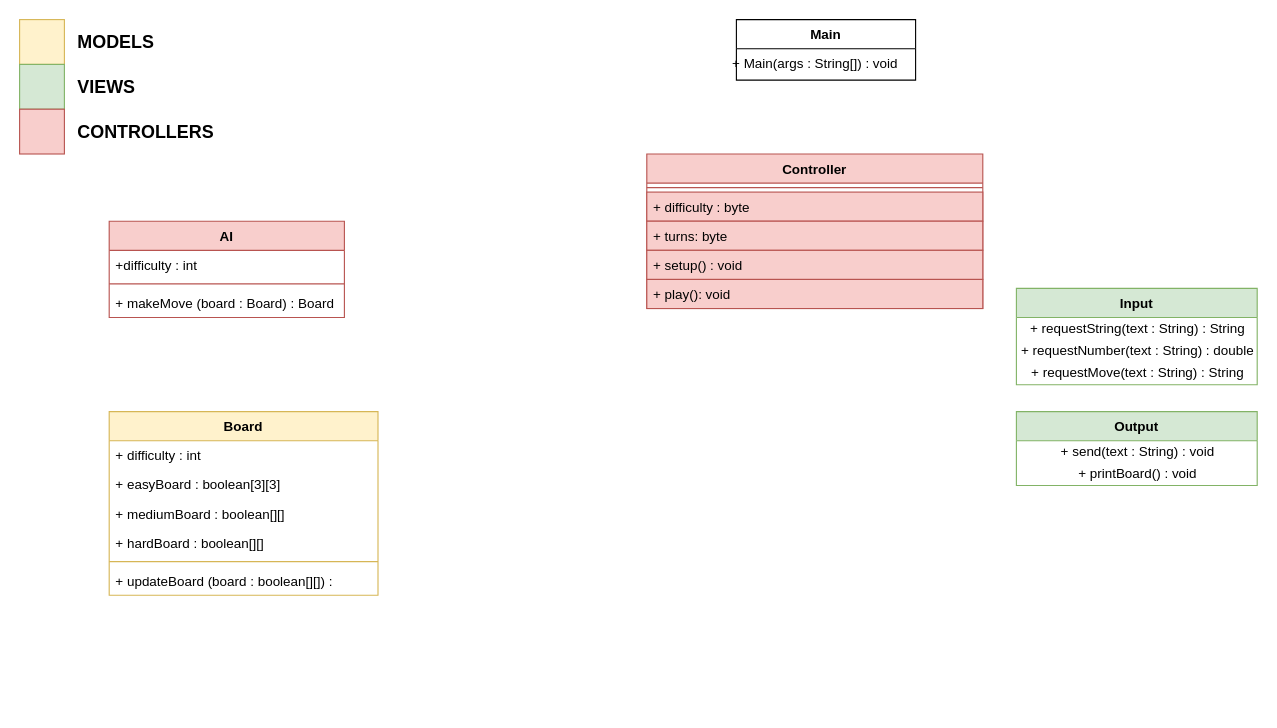
Before: UML-PSE.drawio in EShrestha/PSE-GameOfNim, a draw.io diagram. Source tidied: cells renumbered, new cells numbered last; positions are measured from the earlier drawing's top-left corner, leaving out a move shared by most shapes. Both pictures are drawn from the tidied source at 112%, with x=0, y=0 at pixel (19, 19).
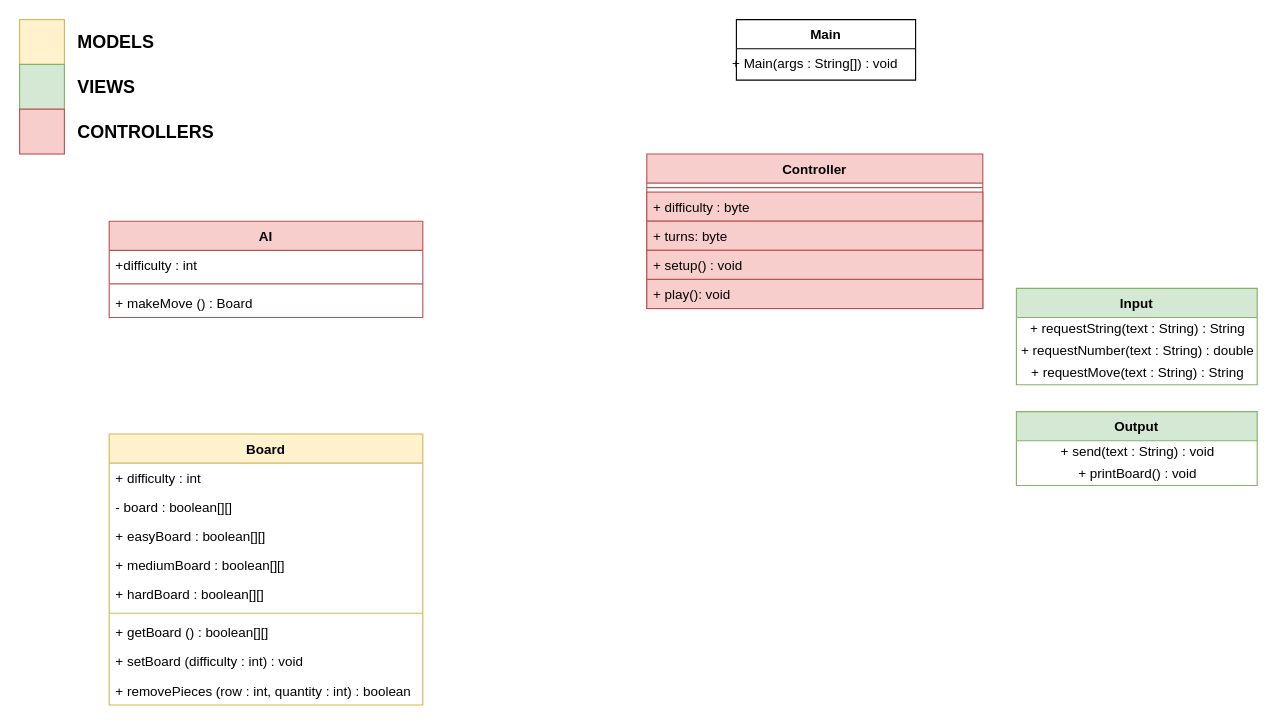
The same page after the edit.

Diff of the diagram source:
```diff
@@
     <mxCell id="23" value="AI" style="swimlane;fontStyle=1;align=center;verticalAlign=top;horizontal=1;startSize=26;fillColor=#f8cecc;strokeColor=#b85450;" parent="1" vertex="1">
-      <mxGeometry x="80" y="180" width="210" height="86" as="geometry" />
+      <mxGeometry x="80" y="180" width="280" height="86" as="geometry" />
     </mxCell>
     <mxCell id="24" value="+difficulty : int" style="text;strokeColor=none;fillColor=none;align=left;verticalAlign=top;spacingLeft=4;spacingRight=4;overflow=hidden;" parent="23" vertex="1">
-      <mxGeometry y="26" width="210" height="26" as="geometry" />
+      <mxGeometry y="26" width="280" height="26" as="geometry" />
     </mxCell>
     <mxCell id="25" style="line;strokeWidth=1;fillColor=#f8cecc;align=left;verticalAlign=middle;spacingTop=-1;spacingLeft=3;spacingRight=3;labelPosition=right;strokeColor=#b85450;" parent="23" vertex="1">
-      <mxGeometry y="52" width="210" height="8" as="geometry" />
+      <mxGeometry y="52" width="280" height="8" as="geometry" />
     </mxCell>
-    <mxCell id="26" value="+ makeMove (board : Board) : Board" style="text;strokeColor=none;fillColor=none;align=left;verticalAlign=top;spacingLeft=4;spacingRight=4;overflow=hidden;" parent="23" vertex="1">
-      <mxGeometry y="60" width="210" height="26" as="geometry" />
+    <mxCell id="26" value="+ makeMove () : Board" style="text;strokeColor=none;fillColor=none;align=left;verticalAlign=top;spacingLeft=4;spacingRight=4;overflow=hidden;" parent="23" vertex="1">
+      <mxGeometry y="60" width="280" height="26" as="geometry" />
     </mxCell>
     <mxCell id="27" value="Board" style="swimlane;fontStyle=1;align=center;verticalAlign=top;horizontal=1;startSize=26;fillColor=#fff2cc;strokeColor=#d6b656;" parent="1" vertex="1">
-      <mxGeometry x="80" y="350" width="240" height="164" as="geometry" />
+      <mxGeometry x="80" y="370" width="280" height="242" as="geometry" />
     </mxCell>
     <mxCell id="28" value="+ difficulty : int" style="text;strokeColor=none;fillColor=none;align=left;verticalAlign=top;spacingLeft=4;spacingRight=4;overflow=hidden;" parent="27" vertex="1">
-      <mxGeometry y="26" width="240" height="26" as="geometry" />
+      <mxGeometry y="26" width="280" height="26" as="geometry" />
     </mxCell>
+    <mxCell id="34" value="- board : boolean[][]" style="text;strokeColor=none;fillColor=none;align=left;verticalAlign=top;spacingLeft=4;spacingRight=4;overflow=hidden;" parent="27" vertex="1">
+      <mxGeometry y="52" width="280" height="26" as="geometry" />
+    </mxCell>
-    <mxCell id="29" value="+ easyBoard : boolean[3][3]" style="text;strokeColor=none;fillColor=none;align=left;verticalAlign=top;spacingLeft=4;spacingRight=4;overflow=hidden;" parent="27" vertex="1">
-      <mxGeometry y="52" width="240" height="26" as="geometry" />
+    <mxCell id="29" value="+ easyBoard : boolean[][]" style="text;strokeColor=none;fillColor=none;align=left;verticalAlign=top;spacingLeft=4;spacingRight=4;overflow=hidden;" parent="27" vertex="1">
+      <mxGeometry y="78" width="280" height="26" as="geometry" />
     </mxCell>
     <mxCell id="30" value="+ mediumBoard : boolean[][]" style="text;strokeColor=none;fillColor=none;align=left;verticalAlign=top;spacingLeft=4;spacingRight=4;overflow=hidden;" parent="27" vertex="1">
-      <mxGeometry y="78" width="240" height="26" as="geometry" />
+      <mxGeometry y="104" width="280" height="26" as="geometry" />
     </mxCell>
     <mxCell id="31" value="+ hardBoard : boolean[][]" style="text;strokeColor=none;fillColor=none;align=left;verticalAlign=top;spacingLeft=4;spacingRight=4;overflow=hidden;" parent="27" vertex="1">
-      <mxGeometry y="104" width="240" height="26" as="geometry" />
+      <mxGeometry y="130" width="280" height="26" as="geometry" />
     </mxCell>
     <mxCell id="32" style="line;strokeWidth=1;fillColor=#fff2cc;align=left;verticalAlign=middle;spacingTop=-1;spacingLeft=3;spacingRight=3;labelPosition=right;strokeColor=#d6b656;" parent="27" vertex="1">
-      <mxGeometry y="130" width="240" height="8" as="geometry" />
+      <mxGeometry y="156" width="280" height="8" as="geometry" />
     </mxCell>
-    <mxCell id="33" value="+ updateBoard (board : boolean[][]) : " style="text;fillColor=none;align=left;verticalAlign=top;spacingLeft=4;spacingRight=4;overflow=hidden;" parent="27" vertex="1">
-      <mxGeometry y="138" width="240" height="26" as="geometry" />
-    </mxCell>
+    <mxCell id="35" value="+ getBoard () : boolean[][]" style="text;fillColor=none;align=left;verticalAlign=top;spacingLeft=4;spacingRight=4;overflow=hidden;" parent="27" vertex="1">
+      <mxGeometry y="164" width="280" height="26" as="geometry" />
+    </mxCell>
+    <mxCell id="36" value="+ setBoard (difficulty : int) : void" style="text;fillColor=none;align=left;verticalAlign=top;spacingLeft=4;spacingRight=4;overflow=hidden;" parent="27" vertex="1">
+      <mxGeometry y="190" width="280" height="26" as="geometry" />
+    </mxCell>
+    <mxCell id="37" value="+ removePieces (row : int, quantity : int) : boolean" style="text;fillColor=none;align=left;verticalAlign=top;spacingLeft=4;spacingRight=4;overflow=hidden;" parent="27" vertex="1">
+      <mxGeometry y="216" width="280" height="26" as="geometry" />
+    </mxCell>
```
